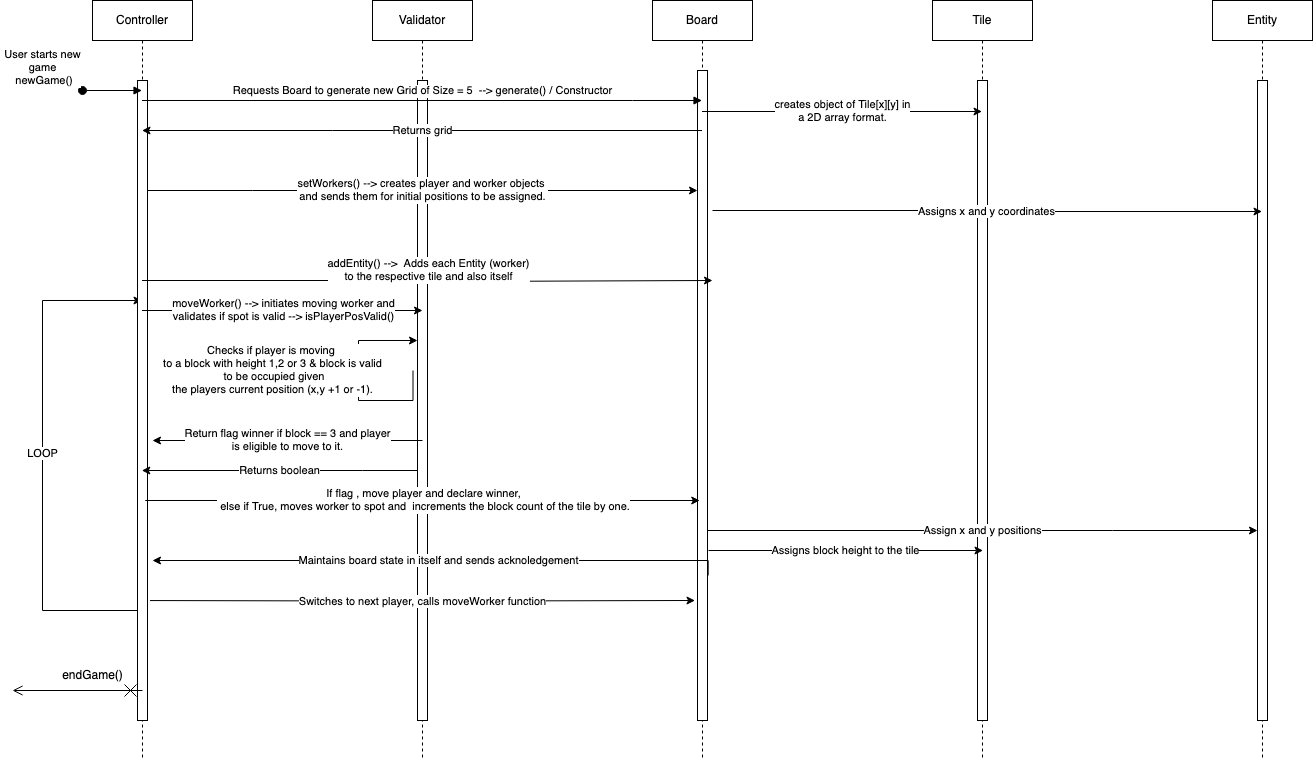
Earlier version of the draw.io export build_justification.drawio.png (rajathmCMU/f23-lab04). Source tidied: cells renumbered, new cells last; positions are measured from the earlier drawing's top-left corner, leaving out a move shared by most shapes.
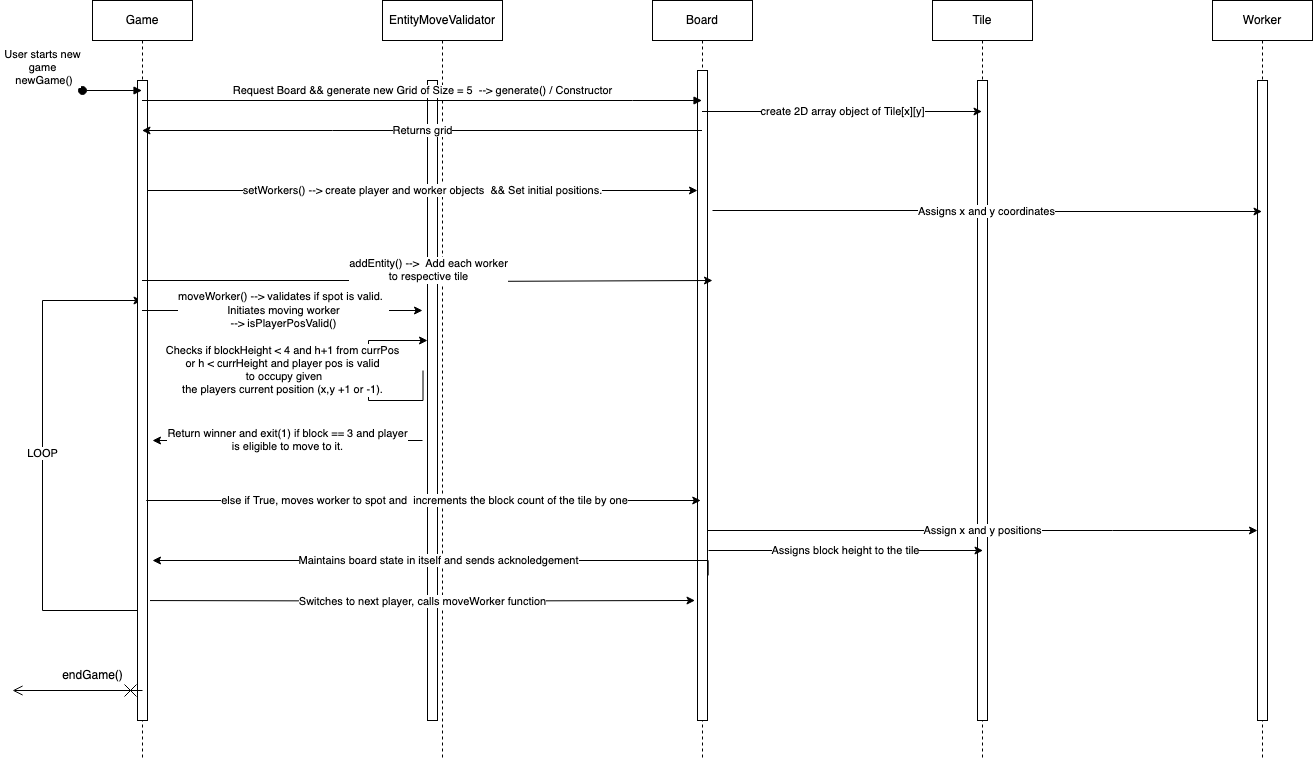
Above is the later version.

Diff of the diagram source:
```diff
@@ -2,7 +2,7 @@
   <root>
     <mxCell id="0" />
     <mxCell id="1" parent="0" />
-    <mxCell id="2" value="Controller" style="shape=umlLifeline;perimeter=lifelinePerimeter;whiteSpace=wrap;html=1;outlineConnect=0;portConstraint=eastwest;newEdgeStyle={&quot;curved&quot;:0,&quot;rounded&quot;:0};" parent="1" vertex="1">
+    <mxCell id="2" value="Game" style="shape=umlLifeline;perimeter=lifelinePerimeter;whiteSpace=wrap;html=1;outlineConnect=0;portConstraint=eastwest;newEdgeStyle={&quot;curved&quot;:0,&quot;rounded&quot;:0};" parent="1" vertex="1">
       <mxGeometry x="80" width="100" height="760" as="geometry" />
     </mxCell>
     <mxCell id="3" value="LOOP" style="edgeStyle=orthogonalEdgeStyle;rounded=0;jettySize=auto;html=1;curved=0;" parent="2" edge="1" source="4" target="2">
@@ -16,7 +16,7 @@
     <mxCell id="4" style="html=1;points=[[0,0,0,0,5],[0,1,0,0,-5],[1,0,0,0,5],[1,1,0,0,-5]];perimeter=orthogonalPerimeter;outlineConnect=0;targetShapes=umlLifeline;portConstraint=eastwest;newEdgeStyle={&quot;curved&quot;:0,&quot;rounded&quot;:0};" parent="2" vertex="1">
       <mxGeometry x="45" y="80" width="10" height="640" as="geometry" />
     </mxCell>
-    <mxCell id="5" value="Entity" style="shape=umlLifeline;perimeter=lifelinePerimeter;whiteSpace=wrap;html=1;outlineConnect=0;portConstraint=eastwest;newEdgeStyle={&quot;curved&quot;:0,&quot;rounded&quot;:0};" parent="1" vertex="1">
+    <mxCell id="5" value="&lt;div&gt;Worker&lt;/div&gt;" style="shape=umlLifeline;perimeter=lifelinePerimeter;whiteSpace=wrap;html=1;outlineConnect=0;portConstraint=eastwest;newEdgeStyle={&quot;curved&quot;:0,&quot;rounded&quot;:0};" parent="1" vertex="1">
       <mxGeometry x="1200" width="100" height="760" as="geometry" />
     </mxCell>
     <mxCell id="6" style="html=1;perimeter=orthogonalPerimeter;targetShapes=umlLifeline;newEdgeStyle={&quot;curved&quot;:0,&quot;rounded&quot;:0};" parent="5" vertex="1">
@@ -34,10 +34,10 @@
     <mxCell id="10" style="html=1;perimeter=orthogonalPerimeter;targetShapes=umlLifeline;newEdgeStyle={&quot;curved&quot;:0,&quot;rounded&quot;:0};" parent="9" vertex="1">
       <mxGeometry x="45" y="70" width="10" height="650" as="geometry" />
     </mxCell>
-    <mxCell id="11" value="Validator" style="shape=umlLifeline;perimeter=lifelinePerimeter;whiteSpace=wrap;html=1;newEdgeStyle={&quot;curved&quot;:0,&quot;rounded&quot;:0};" parent="1" vertex="1">
-      <mxGeometry x="360" width="100" height="760" as="geometry" />
+    <mxCell id="11" value="EntityMoveValidator" style="shape=umlLifeline;perimeter=lifelinePerimeter;whiteSpace=wrap;html=1;newEdgeStyle={&quot;curved&quot;:0,&quot;rounded&quot;:0};" parent="1" vertex="1">
+      <mxGeometry x="370" width="120" height="760" as="geometry" />
     </mxCell>
-    <mxCell id="12" value="&lt;div&gt;Checks if player is moving&amp;nbsp;&lt;/div&gt;&lt;div&gt;to a block with height 1,2 or 3 &amp;amp; block is valid&lt;/div&gt;&lt;div&gt;&amp;nbsp;to be occupied given &lt;br&gt;&lt;/div&gt;&lt;div&gt;the players current position (x,y +1 or -1). &lt;br&gt;&lt;/div&gt;" style="edgeStyle=orthogonalEdgeStyle;rounded=0;orthogonalLoop=1;jettySize=auto;html=1;curved=0;" parent="11" edge="1">
+    <mxCell id="12" value="&lt;div&gt;Checks if blockHeight &amp;lt; 4 and h+1 from currPos&lt;br&gt;&lt;/div&gt;&lt;div&gt;or h &amp;lt; currHeight and player pos is valid&lt;br&gt;&lt;/div&gt;&lt;div&gt;&amp;nbsp;to occupy given &lt;br&gt;&lt;/div&gt;&lt;div&gt;the players current position (x,y +1 or -1). &lt;br&gt;&lt;/div&gt;" style="edgeStyle=orthogonalEdgeStyle;rounded=0;orthogonalLoop=1;jettySize=auto;html=1;curved=0;" parent="11" edge="1">
       <mxGeometry x="0.13" y="86" relative="1" as="geometry">
         <mxPoint x="40.5" y="370" as="sourcePoint" />
         <mxPoint x="45" y="340" as="targetPoint" />
@@ -57,7 +57,7 @@
         <mxPoint x="-40" y="-40" as="offset" />
       </mxGeometry>
     </mxCell>
-    <mxCell id="15" value="Requests Board to generate new Grid of Size = 5&amp;nbsp; --&amp;gt; generate() / Constructor" style="html=1;verticalAlign=bottom;endArrow=block;curved=0;rounded=0;" parent="1" edge="1" source="2" target="9">
+    <mxCell id="15" value="Request Board &amp;amp;&amp;amp; generate new Grid of Size = 5&amp;nbsp; --&amp;gt; generate() / Constructor" style="html=1;verticalAlign=bottom;endArrow=block;curved=0;rounded=0;" parent="1" edge="1" source="2" target="9">
       <mxGeometry relative="1" as="geometry">
         <Array as="points">
           <mxPoint x="620" y="100" />
@@ -73,7 +73,7 @@
     <mxCell id="17" value="&lt;div&gt;endGame()&lt;/div&gt;" style="text;html=1;align=center;verticalAlign=middle;strokeColor=none;fillColor=none;" parent="1" vertex="1">
       <mxGeometry x="40" y="660" width="80" height="30" as="geometry" />
     </mxCell>
-    <mxCell id="18" value="&lt;div&gt;creates object of Tile[x][y] in&lt;/div&gt;&lt;div&gt;a 2D array format.&lt;br&gt;&lt;/div&gt;" style="edgeStyle=orthogonalEdgeStyle;rounded=0;jettySize=auto;html=1;curved=0;" parent="1" edge="1" source="9" target="7">
+    <mxCell id="18" value="&lt;div&gt;create 2D array object of Tile[x][y]&lt;br&gt;&lt;/div&gt;" style="edgeStyle=orthogonalEdgeStyle;rounded=0;jettySize=auto;html=1;curved=0;" parent="1" edge="1" source="9" target="7">
       <mxGeometry relative="1" as="geometry">
         <Array as="points">
           <mxPoint x="890" y="111" />
@@ -89,7 +89,7 @@
         </Array>
       </mxGeometry>
     </mxCell>
-    <mxCell id="20" value="&lt;div&gt;setWorkers() --&amp;gt; creates player and worker objects&amp;nbsp;&lt;/div&gt;&lt;div&gt;and sends them for initial positions to be assigned.&lt;br&gt;&lt;/div&gt;" style="edgeStyle=orthogonalEdgeStyle;rounded=0;orthogonalLoop=1;jettySize=auto;html=1;curved=0;" parent="1" edge="1">
+    <mxCell id="20" value="&lt;div&gt;setWorkers() --&amp;gt; create player and worker objects&amp;nbsp; &amp;amp;&amp;amp; Set initial positions.&lt;br&gt;&lt;/div&gt;" style="edgeStyle=orthogonalEdgeStyle;rounded=0;orthogonalLoop=1;jettySize=auto;html=1;curved=0;" parent="1" edge="1">
       <mxGeometry relative="1" as="geometry">
         <mxPoint x="135" y="190" as="sourcePoint" />
         <mxPoint x="685" y="190" as="targetPoint" />
@@ -99,7 +99,7 @@
         </Array>
       </mxGeometry>
     </mxCell>
-    <mxCell id="21" value="&lt;div&gt;addEntity() --&amp;gt;&amp;nbsp; Adds each Entity (worker)&lt;/div&gt;&lt;div&gt;to the respective tile and also itself&lt;br&gt;&lt;/div&gt;" style="edgeStyle=orthogonalEdgeStyle;rounded=0;jettySize=auto;html=1;curved=0;" parent="1" edge="1" source="2">
+    <mxCell id="21" value="&lt;div&gt;addEntity() --&amp;gt;&amp;nbsp; Add each worker&lt;/div&gt;&lt;div&gt;to respective tile&lt;br&gt;&lt;/div&gt;" style="edgeStyle=orthogonalEdgeStyle;rounded=0;jettySize=auto;html=1;curved=0;" parent="1" edge="1" source="2">
       <mxGeometry y="10" relative="1" as="geometry">
         <mxPoint x="700" y="280" as="targetPoint" />
         <Array as="points">
@@ -116,7 +116,7 @@
         </Array>
       </mxGeometry>
     </mxCell>
-    <mxCell id="23" value="&lt;div&gt;moveWorker() --&amp;gt; initiates moving worker and &lt;br&gt;&lt;/div&gt;&lt;div&gt;validates if spot is valid --&amp;gt; isPlayerPosValid()&lt;/div&gt;" style="edgeStyle=orthogonalEdgeStyle;rounded=0;jettySize=auto;html=1;curved=0;" parent="1" edge="1" source="2">
+    <mxCell id="23" value="&lt;div&gt;moveWorker() --&amp;gt;&amp;nbsp;validates if spot is valid.&amp;nbsp;&amp;nbsp;&lt;/div&gt;&lt;div&gt;Initiates moving worker &lt;br&gt;&lt;/div&gt;&lt;div&gt;--&amp;gt; isPlayerPosValid()&lt;/div&gt;" style="edgeStyle=orthogonalEdgeStyle;rounded=0;jettySize=auto;html=1;curved=0;" parent="1" edge="1" source="2">
       <mxGeometry relative="1" as="geometry">
         <mxPoint x="410" y="310" as="targetPoint" />
         <Array as="points">
@@ -125,23 +125,13 @@
         </Array>
       </mxGeometry>
     </mxCell>
-    <mxCell id="24" value="Returns boolean" style="edgeStyle=orthogonalEdgeStyle;rounded=0;orthogonalLoop=1;jettySize=auto;html=1;curved=0;" parent="1" edge="1">
-      <mxGeometry relative="1" as="geometry">
-        <mxPoint x="405" y="470" as="sourcePoint" />
-        <mxPoint x="129.3" y="470" as="targetPoint" />
-        <Array as="points">
-          <mxPoint x="350" y="469.9" />
-          <mxPoint x="350" y="469.9" />
-        </Array>
-      </mxGeometry>
-    </mxCell>
-    <mxCell id="25" value="&lt;div&gt;If flag , move player and declare winner,&lt;/div&gt;&lt;div&gt;&amp;nbsp;else if True, moves worker to spot and&amp;nbsp; increments the block count of the tile by one.&lt;/div&gt;" style="edgeStyle=orthogonalEdgeStyle;rounded=0;orthogonalLoop=1;jettySize=auto;html=1;curved=0;" parent="1" edge="1">
+    <mxCell id="25" value="&lt;div&gt;else if True, moves worker to spot and&amp;nbsp; increments the block count of the tile by one&lt;/div&gt;" style="edgeStyle=orthogonalEdgeStyle;rounded=0;orthogonalLoop=1;jettySize=auto;html=1;curved=0;" parent="1" edge="1">
       <mxGeometry relative="1" as="geometry">
-        <mxPoint x="132.8" y="500" as="sourcePoint" />
-        <mxPoint x="687.2" y="500" as="targetPoint" />
+        <mxPoint x="133.8" y="500" as="sourcePoint" />
+        <mxPoint x="688.2" y="500" as="targetPoint" />
         <Array as="points">
-          <mxPoint x="537.8" y="499.9" />
-          <mxPoint x="537.8" y="499.9" />
+          <mxPoint x="538.8" y="499.9" />
+          <mxPoint x="538.8" y="499.9" />
         </Array>
       </mxGeometry>
     </mxCell>
@@ -170,7 +160,7 @@
         <mxPoint x="682.5" y="600" as="targetPoint" />
       </mxGeometry>
     </mxCell>
-    <mxCell id="29" value="&lt;div&gt;Return flag winner if block == 3 and player &lt;br&gt;&lt;/div&gt;&lt;div&gt;is eligible to move to it.&lt;br&gt;&lt;/div&gt;" style="edgeStyle=orthogonalEdgeStyle;rounded=0;orthogonalLoop=1;jettySize=auto;html=1;curved=0;" parent="1" edge="1">
+    <mxCell id="29" value="&lt;div&gt;Return winner and exit(1) if block == 3 and player &lt;br&gt;&lt;/div&gt;&lt;div&gt;is eligible to move to it.&lt;br&gt;&lt;/div&gt;" style="edgeStyle=orthogonalEdgeStyle;rounded=0;orthogonalLoop=1;jettySize=auto;html=1;curved=0;" parent="1" edge="1">
       <mxGeometry relative="1" as="geometry">
         <mxPoint x="410" y="440" as="sourcePoint" />
         <mxPoint x="140" y="440" as="targetPoint" />
```
